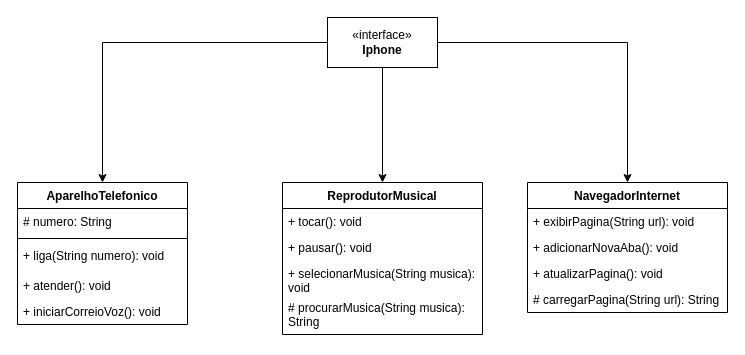
The draw.io diagram Desafio-Iphone-Interface-UML/Diagrama sem nome.drawio in eujacksonsales/dio-desafio-java-basico, before the edit. Source tidied: cells renumbered, new cells numbered last; positions are measured from the earlier drawing's top-left corner, leaving out a move shared by most shapes. Both pictures are drawn from the tidied source at 100%, with x=0, y=0 at pixel (17, 17).
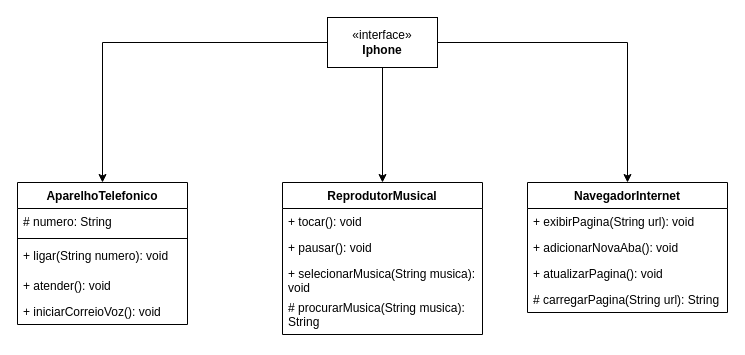
After the change.

Commit message:
alterado metodo ligar.drawio

The change refers to these unchanged cells:
```xml
<mxCell id="11" value="AparelhoTelefonico" style="swimlane;fontStyle=1;align=center;verticalAlign=top;horizontal=1;startSize=26;whiteSpace=wrap;html=1;" parent="1" vertex="1">
  <mxGeometry y="165" width="170" height="142" as="geometry" />
</mxCell>
```

The edit, as a diff of the source:
```diff
@@
-    <mxCell id="14" value="+ liga(String numero): void" style="text;strokeColor=none;fillColor=none;align=left;verticalAlign=top;spacingLeft=4;spacingRight=4;overflow=hidden;whiteSpace=wrap;html=1;" parent="11" vertex="1">
+    <mxCell id="14" value="+ ligar(String numero): void" style="text;strokeColor=none;fillColor=none;align=left;verticalAlign=top;spacingLeft=4;spacingRight=4;overflow=hidden;whiteSpace=wrap;html=1;" parent="11" vertex="1">
       <mxGeometry y="60" width="170" height="30" as="geometry" />
     </mxCell>
```
